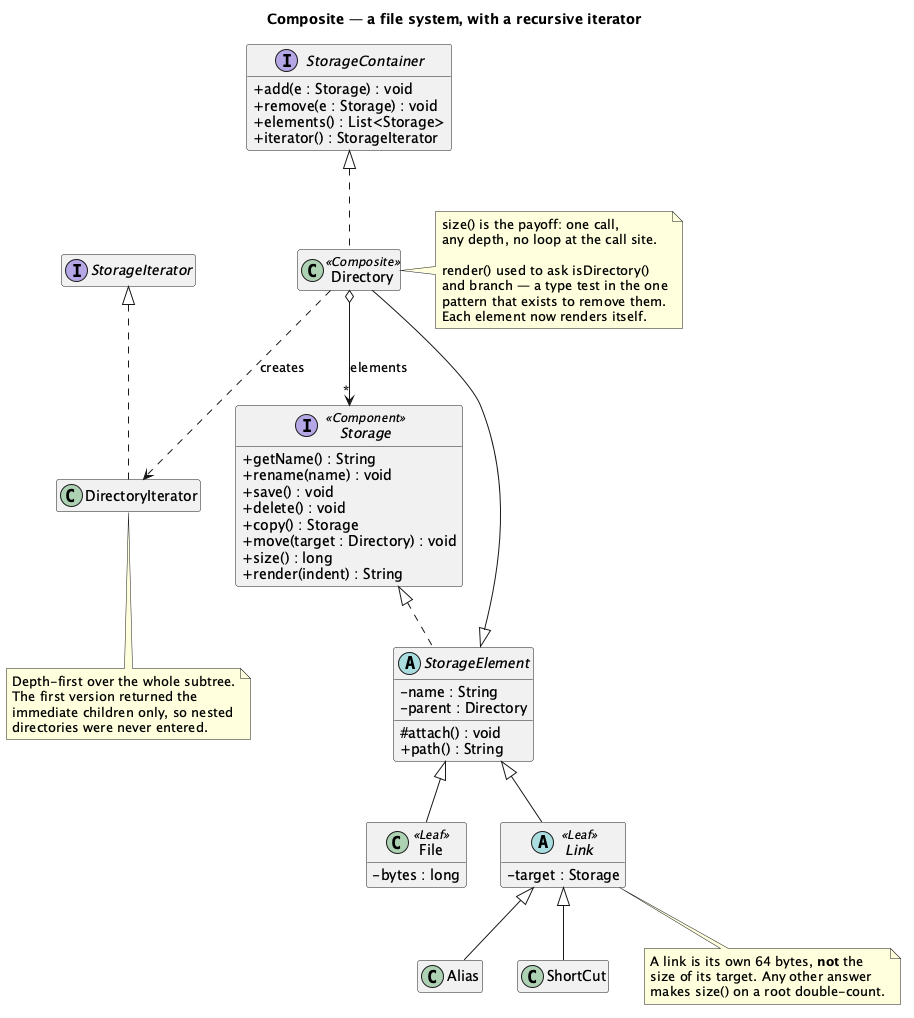
This is src/main/java/dev/kaldiroglu/dp/structural/composite/fileSystem/uml/Composite - File System - Class Diagram.png from kaldiroglu/DesignPatternsWithJava, a PlantUML export, as it was before one commit. Source of this version:
```plantuml
@startuml "Composite - File System - Class Diagram"
skinparam classAttributeIconSize 0
hide empty members
title Composite — a file system, with a recursive iterator


interface Storage <<Component>> {
  + getName() : String
  + rename(name) : void
  + save() : void
  + delete() : void
  + copy() : Storage
  + move(target : Directory) : void
  + size() : long
  + render(indent) : String
}

abstract class StorageElement {
  - name : String
  - parent : Directory
  # attach() : void
  + path() : String
}

class File <<Leaf>> {
  - bytes : long
}
abstract class Link <<Leaf>> {
  - target : Storage
}
class Alias
class ShortCut

interface StorageContainer {
  + add(e : Storage) : void
  + remove(e : Storage) : void
  + elements() : List<Storage>
  + iterator() : StorageIterator
}

class Directory <<Composite>>

interface StorageIterator
class DirectoryIterator

Storage <|.. StorageElement
StorageElement <|-- File
StorageElement <|-- Link
Link <|-- Alias
Link <|-- ShortCut
StorageElement <|-- Directory
StorageContainer <|.. Directory
Directory o--> "*" Storage : elements
Directory ..> DirectoryIterator : creates
StorageIterator <|.. DirectoryIterator

note right of Directory
  size() is the payoff: one call,
  any depth, no loop at the call site.

  render() used to ask isDirectory()
  and branch — a type test in the one
  pattern that exists to remove them.
  Each element now renders itself.
end note

note bottom of Link
  A link is its own 64 bytes, <b>not</b> the
  size of its target. Any other answer
  makes size() on a root double-count.
end note

note bottom of DirectoryIterator
  Depth-first over the whole subtree.
  The first version returned the
  immediate children only, so nested
  directories were never entered.
end note

@enduml
```
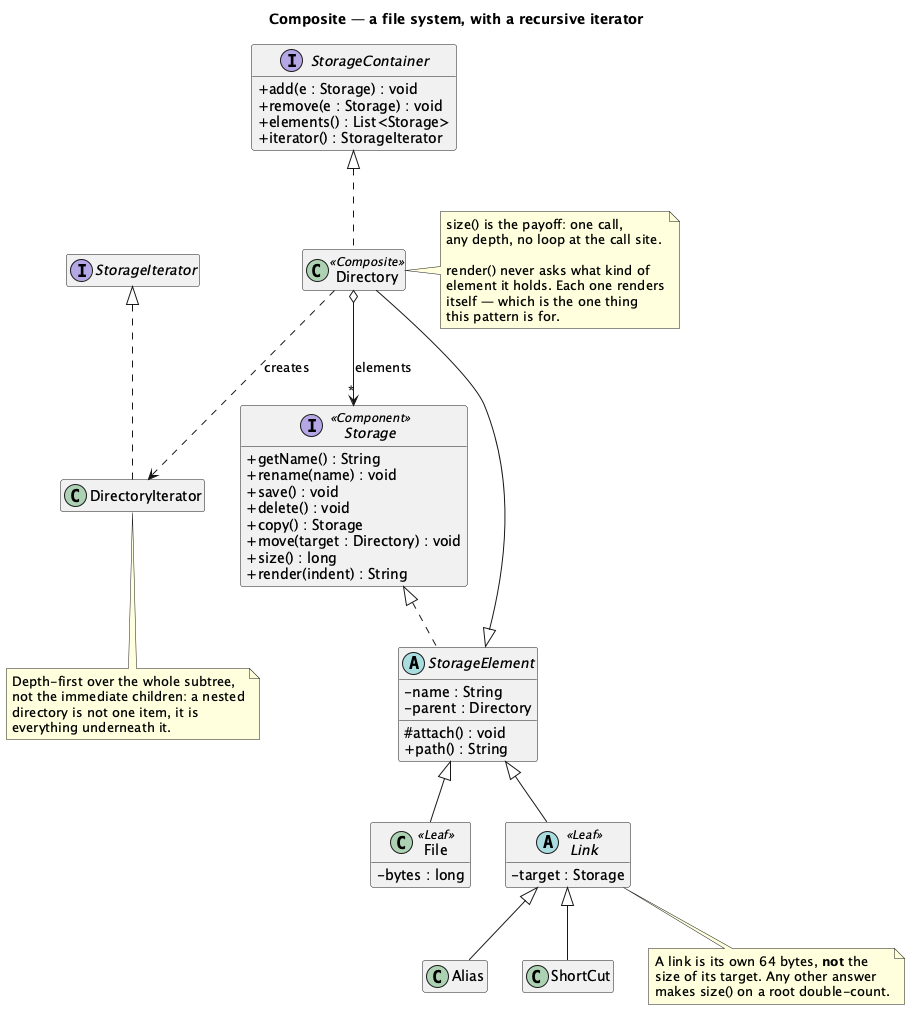
The same diagram one commit later.

Commit message:
Present the Composite examples as they are, not as corrections

What changed in the source:
```diff
@@ -58,10 +58,10 @@
   size() is the payoff: one call,
   any depth, no loop at the call site.
 
-  render() used to ask isDirectory()
-  and branch — a type test in the one
-  pattern that exists to remove them.
-  Each element now renders itself.
+  render() never asks what kind of
+  element it holds. Each one renders
+  itself — which is the one thing
+  this pattern is for.
 end note
 
 note bottom of Link
@@ -71,10 +71,10 @@
 end note
 
 note bottom of DirectoryIterator
-  Depth-first over the whole subtree.
-  The first version returned the
-  immediate children only, so nested
-  directories were never entered.
+  Depth-first over the whole subtree,
+  not the immediate children: a nested
+  directory is not one item, it is
+  everything underneath it.
 end note
 
 @enduml
```
